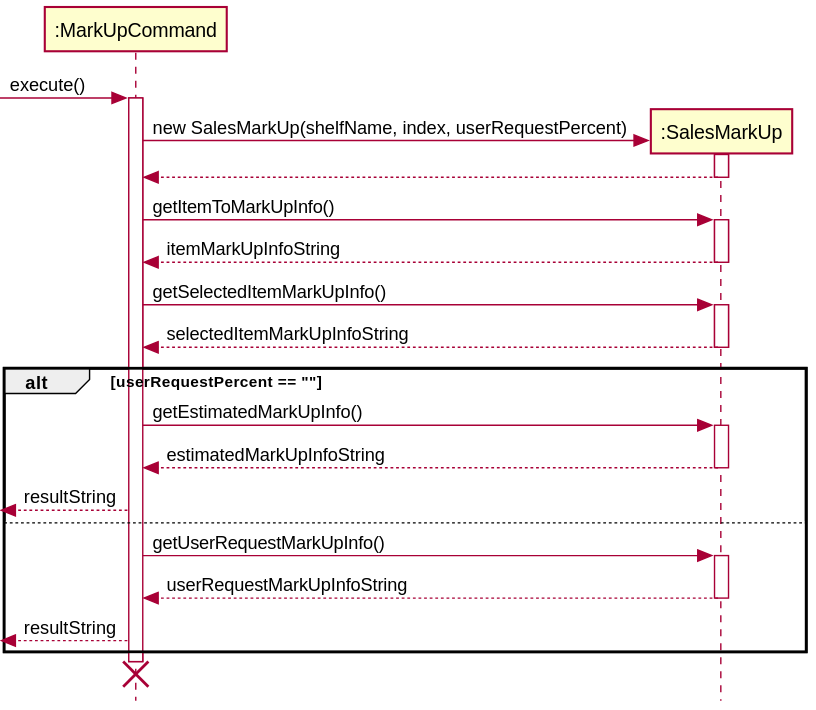
Earlier version of the PlantUML export docs/diagrams/MarkUpCommandSequenceDiagram.svg (zh1huang/tp). Its diagram source:
```plantuml
@startuml

!include Style.puml
participant ":MarkUpCommand" as markupCommand
participant ":SalesMarkUp" as SalesMarkUp

-> markupCommand : execute()

activate markupCommand

markupCommand -> SalesMarkUp ** : new SalesMarkUp(shelfName, index, userRequestPercent)
activate SalesMarkUp
SalesMarkUp --> markupCommand
deactivate SalesMarkUp

markupCommand -> SalesMarkUp : getItemToMarkUpInfo()
activate SalesMarkUp
SalesMarkUp --> markupCommand : itemMarkUpInfoString
deactivate SalesMarkUp

markupCommand -> SalesMarkUp : getSelectedItemMarkUpInfo()
activate SalesMarkUp
SalesMarkUp --> markupCommand : selectedItemMarkUpInfoString
deactivate SalesMarkUp

alt userRequestPercent == ""
    markupCommand -> SalesMarkUp : getEstimatedMarkUpInfo()
    activate SalesMarkUp
    SalesMarkUp --> markupCommand : estimatedMarkUpInfoString
    deactivate SalesMarkUp
    <-- markupCommand : resultString

else
   markupCommand -> SalesMarkUp : getUserRequestMarkUpInfo()
   activate SalesMarkUp
   SalesMarkUp --> markupCommand : userRequestMarkUpInfoString
   deactivate SalesMarkUp
   <-- markupCommand : resultString

end

deactivate markupCommand
destroy markupCommand

@enduml
```
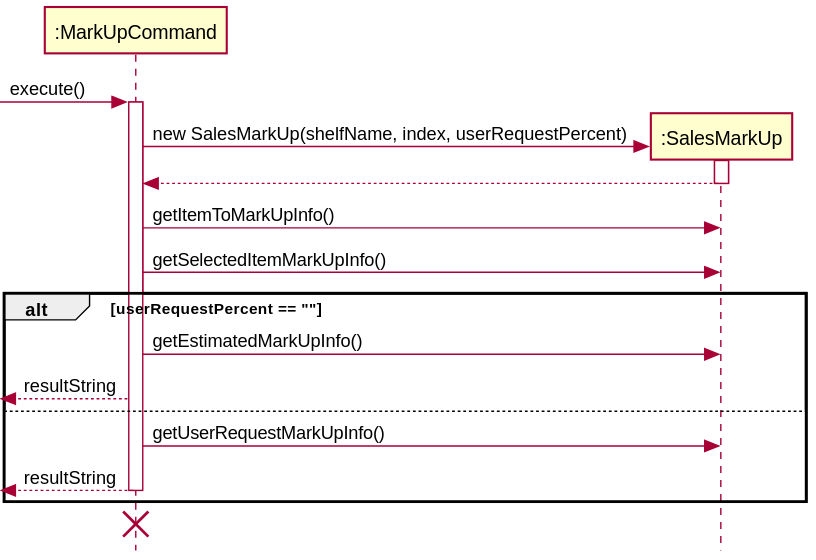
Later version of the same file.

Change to the diagram source:
```diff
@@ -14,32 +14,19 @@
 deactivate SalesMarkUp
 
 markupCommand -> SalesMarkUp : getItemToMarkUpInfo()
-activate SalesMarkUp
-SalesMarkUp --> markupCommand : itemMarkUpInfoString
-deactivate SalesMarkUp
 
 markupCommand -> SalesMarkUp : getSelectedItemMarkUpInfo()
-activate SalesMarkUp
-SalesMarkUp --> markupCommand : selectedItemMarkUpInfoString
-deactivate SalesMarkUp
 
 alt userRequestPercent == ""
     markupCommand -> SalesMarkUp : getEstimatedMarkUpInfo()
-    activate SalesMarkUp
-    SalesMarkUp --> markupCommand : estimatedMarkUpInfoString
-    deactivate SalesMarkUp
     <-- markupCommand : resultString
 
 else
    markupCommand -> SalesMarkUp : getUserRequestMarkUpInfo()
-   activate SalesMarkUp
-   SalesMarkUp --> markupCommand : userRequestMarkUpInfoString
-   deactivate SalesMarkUp
    <-- markupCommand : resultString
-
+   deactivate markupCommand
 end
 
-deactivate markupCommand
 destroy markupCommand
 
 @enduml
```
